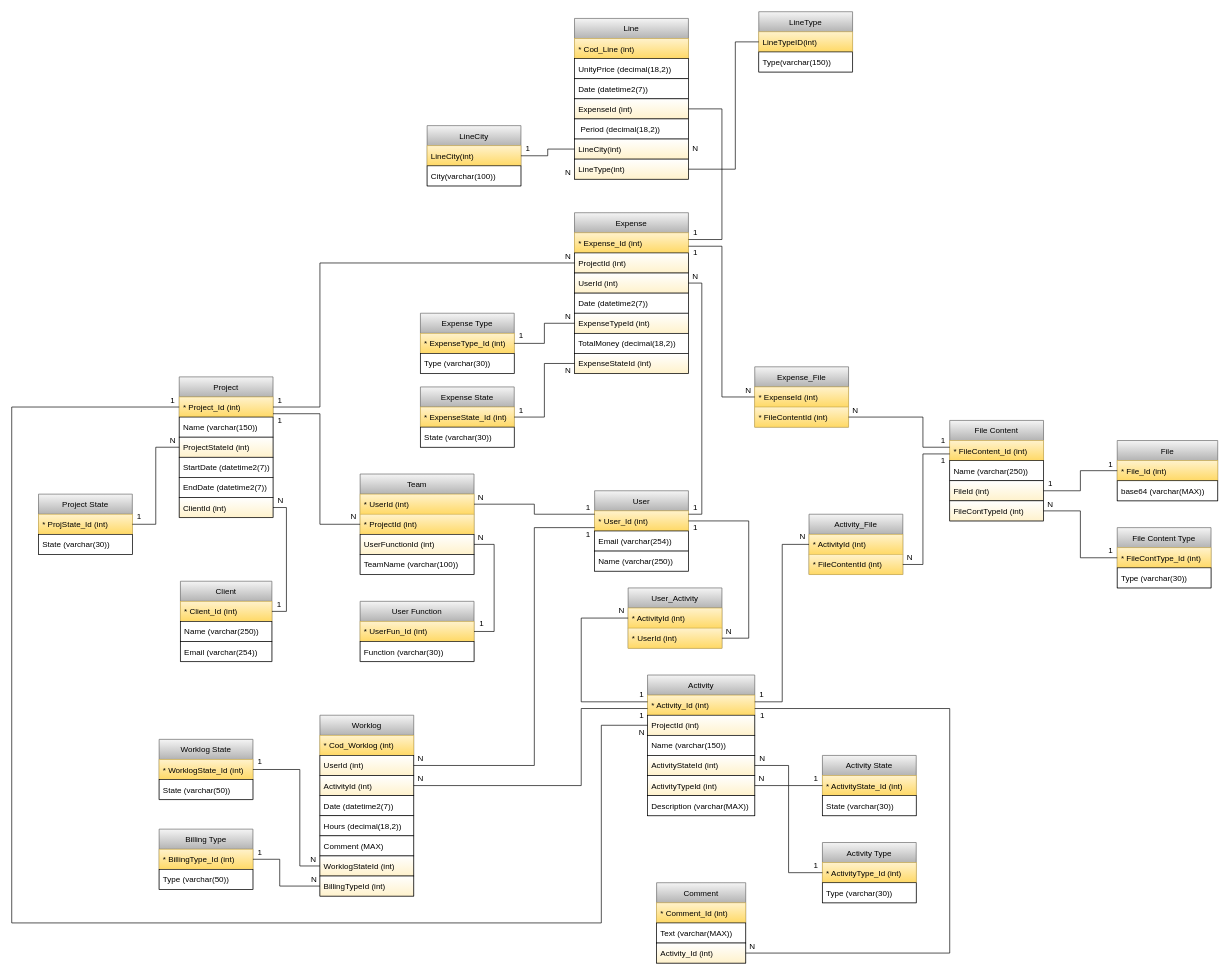
rjcasaca/inete2022 keeps this draw.io diagram as Relatório/Timesheet DB.drawio. Above is the earlier version. Source tidied: cells renumbered, new cells numbered last; positions are measured from the earlier drawing's top-left corner, leaving out a move shared by most shapes. Both pictures are drawn from the tidied source at 67%, with x=0, y=0 at pixel (11, 11).
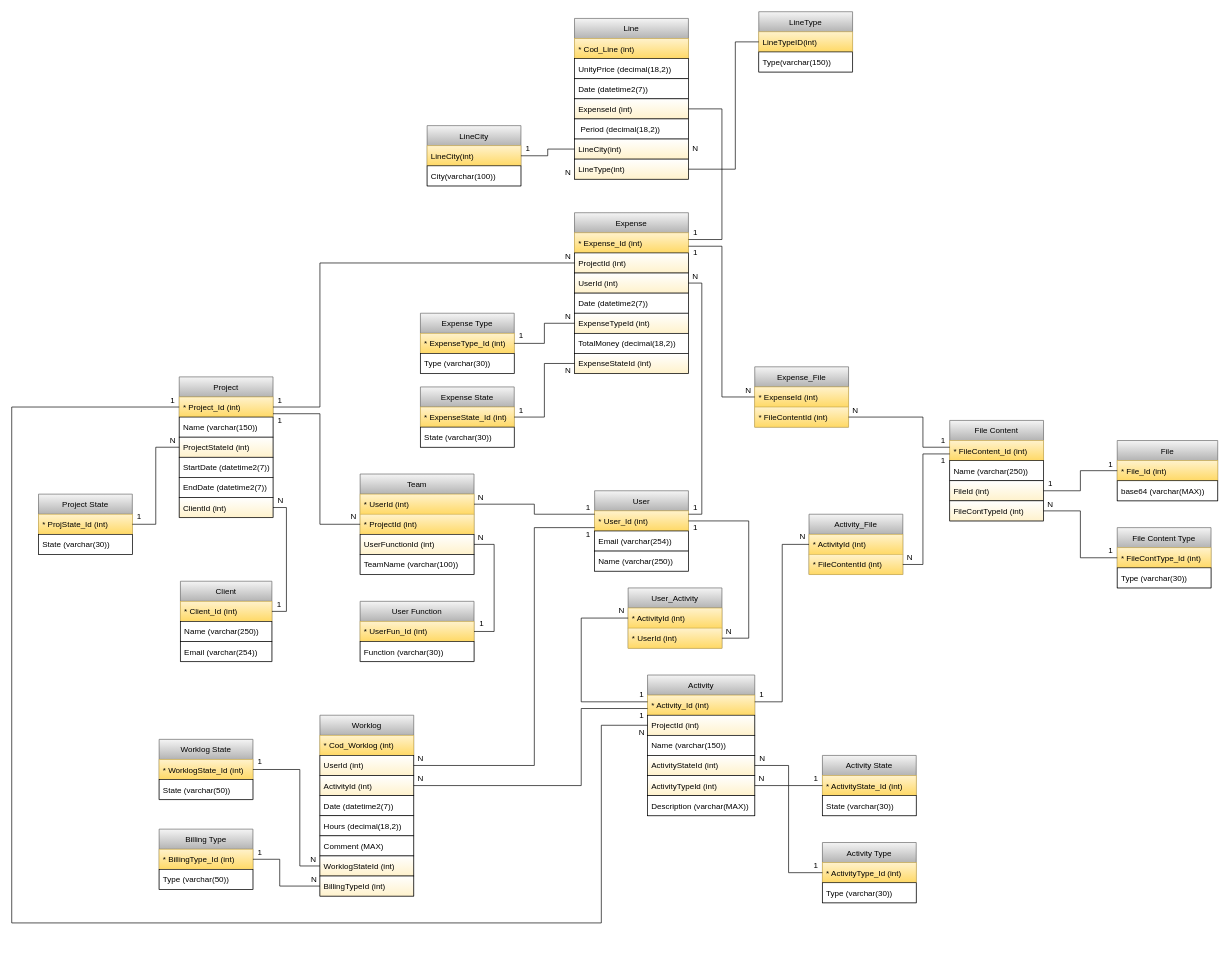
After the change.

The change refers to these unchanged cells:
```xml
<mxCell id="65" value="* Activity_Id (int)" style="text;align=left;verticalAlign=middle;spacingLeft=4;spacingRight=4;overflow=hidden;points=[[0,0.5],[1,0.5]];portConstraint=eastwest;fillColor=#fff2cc;strokeColor=#d6b656;gradientColor=#ffd966;" parent="64" vertex="1">
  <mxGeometry y="30" width="160" height="30" as="geometry" />
</mxCell>
```

Diff of the diagram source:
```diff
@@
-    <mxCell id="80" value="Comment" style="swimlane;fontStyle=0;horizontal=1;startSize=30;strokeColor=#666666;fillColor=#f5f5f5;gradientColor=#b3b3b3;" parent="1" vertex="1">
-      <mxGeometry x="962.5" y="1300" width="133" height="120" as="geometry" />
-    </mxCell>
-    <mxCell id="81" value="* Comment_Id (int)" style="text;strokeColor=#d6b656;fillColor=#fff2cc;align=left;verticalAlign=middle;spacingLeft=4;spacingRight=4;overflow=hidden;gradientColor=#ffd966;" parent="80" vertex="1">
-      <mxGeometry y="30" width="133" height="30" as="geometry" />
-    </mxCell>
-    <mxCell id="82" value="Text (varchar(MAX))" style="text;strokeColor=default;fillColor=default;align=left;verticalAlign=middle;spacingLeft=4;spacingRight=4;overflow=hidden;gradientColor=none;" parent="80" vertex="1">
-      <mxGeometry y="60" width="133" height="30" as="geometry" />
-    </mxCell>
-    <mxCell id="83" value="Activity_Id (int)" style="text;strokeColor=default;fillColor=default;align=left;verticalAlign=middle;spacingLeft=4;spacingRight=4;overflow=hidden;points=[[0,0.5],[1,0.5]];portConstraint=eastwest;gradientColor=#FFF2CC;" parent="80" vertex="1">
-      <mxGeometry y="90" width="133" height="30" as="geometry" />
-    </mxCell>
@@
-    <mxCell id="94" style="edgeStyle=orthogonalEdgeStyle;rounded=0;jettySize=auto;html=1;endArrow=none;endFill=0;" parent="1" edge="1" source="65" target="83">
-      <mxGeometry relative="1" as="geometry">
-        <Array as="points">
-          <mxPoint x="1400" y="1040" />
-          <mxPoint x="1400" y="1405" />
-        </Array>
-      </mxGeometry>
-    </mxCell>
@@
-    <mxCell id="125" value="N" style="text;html=1;align=center;verticalAlign=middle;strokeColor=none;fillColor=none;" parent="1" vertex="1">
-      <mxGeometry x="1095" y="1385" width="20" height="20" as="geometry" />
-    </mxCell>
-    <mxCell id="126" value="1" style="text;html=1;align=center;verticalAlign=middle;strokeColor=none;fillColor=none;" parent="1" vertex="1">
-      <mxGeometry x="1110" y="1040" width="20" height="20" as="geometry" />
-    </mxCell>
```
